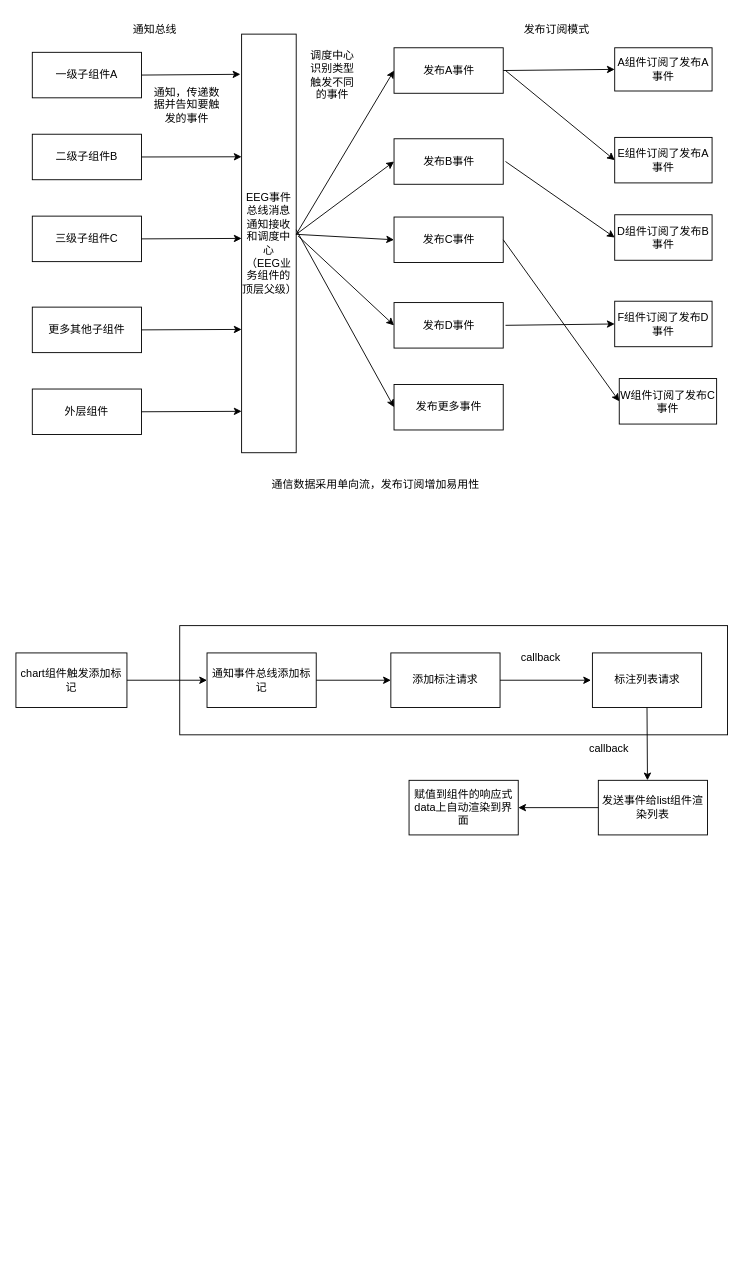
chenweihan/UML keeps this draw.io diagram as 标注组件结构图.drawio. Above is the earlier version. Source tidied: cells renumbered, new cells numbered last; positions are measured from the earlier drawing's top-left corner, leaving out a move shared by most shapes. Both pictures are drawn from the tidied source at 91%, with x=0, y=0 at pixel (15, 15).
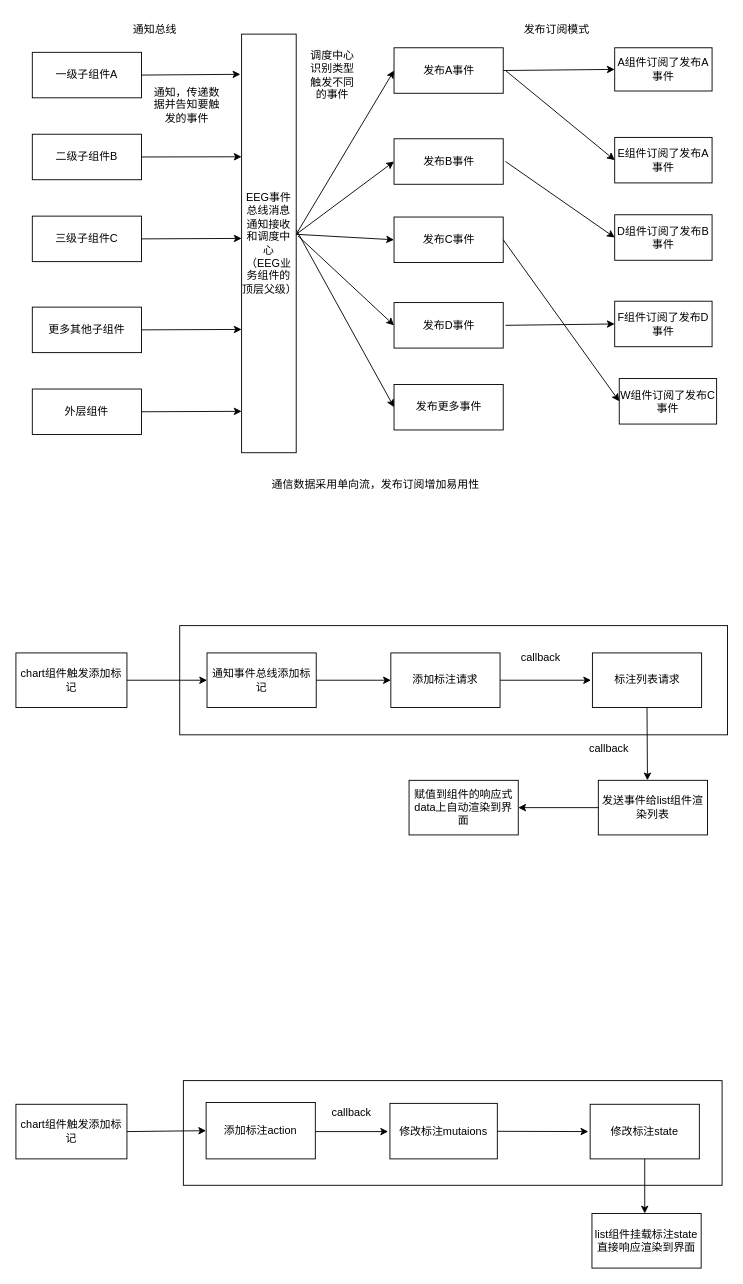
The same diagram, later.

Commit message:
更新标注组件结构图.drawio

What changed in the source:
```diff
@@
+    <mxCell id="52" style="rounded=0;whiteSpace=wrap;html=1;" parent="1" vertex="1">
+      <mxGeometry x="184" y="1170" width="592" height="115" as="geometry" />
+    </mxCell>
@@
+    <mxCell id="53" value="chart组件触发添加标记" style="rounded=0;whiteSpace=wrap;html=1;" parent="1" vertex="1">
+      <mxGeometry y="1196" width="122" height="60" as="geometry" />
+    </mxCell>
+    <mxCell id="54" style="endArrow=classic;html=1;rounded=0;exitX=1;exitY=0.5;exitDx=0;exitDy=0;entryX=0;entryY=0.5;entryDx=0;entryDy=0;" parent="1" edge="1" source="53" target="55">
+      <mxGeometry relative="1" as="geometry" />
+    </mxCell>
+    <mxCell id="55" value="添加标注action" style="rounded=0;whiteSpace=wrap;html=1;" parent="1" vertex="1">
+      <mxGeometry x="209" y="1194" width="120" height="62" as="geometry" />
+    </mxCell>
+    <mxCell id="56" value="修改标注mutaions" style="rounded=0;whiteSpace=wrap;html=1;" parent="1" vertex="1">
+      <mxGeometry x="411" y="1195" width="118" height="61" as="geometry" />
+    </mxCell>
+    <mxCell id="57" style="endArrow=classic;html=1;rounded=0;" parent="1" edge="1">
+      <mxGeometry relative="1" as="geometry">
+        <mxPoint x="329" y="1226" as="sourcePoint" />
+        <mxPoint x="409" y="1226" as="targetPoint" />
+      </mxGeometry>
+    </mxCell>
+    <mxCell id="58" value="callback" style="text;html=1;strokeColor=none;fillColor=none;align=center;verticalAlign=middle;whiteSpace=wrap;rounded=0;" parent="1" vertex="1">
+      <mxGeometry x="339" y="1190" width="60" height="30" as="geometry" />
+    </mxCell>
+    <mxCell id="59" value="修改标注state" style="rounded=0;whiteSpace=wrap;html=1;" parent="1" vertex="1">
+      <mxGeometry x="631" y="1196" width="120" height="60" as="geometry" />
+    </mxCell>
+    <mxCell id="60" style="endArrow=classic;html=1;rounded=0;" parent="1" edge="1" source="56">
+      <mxGeometry relative="1" as="geometry">
+        <mxPoint x="629" y="1226" as="targetPoint" />
+      </mxGeometry>
+    </mxCell>
+    <mxCell id="61" value="list组件挂载标注state直接响应渲染到界面" style="rounded=0;whiteSpace=wrap;html=1;" parent="1" vertex="1">
+      <mxGeometry x="633" y="1316" width="120" height="60" as="geometry" />
+    </mxCell>
+    <mxCell id="62" style="endArrow=classic;html=1;rounded=0;exitX=0.5;exitY=1;exitDx=0;exitDy=0;" parent="1" edge="1" source="59">
+      <mxGeometry relative="1" as="geometry">
+        <mxPoint x="691" y="1316" as="targetPoint" />
+      </mxGeometry>
+    </mxCell>
```
